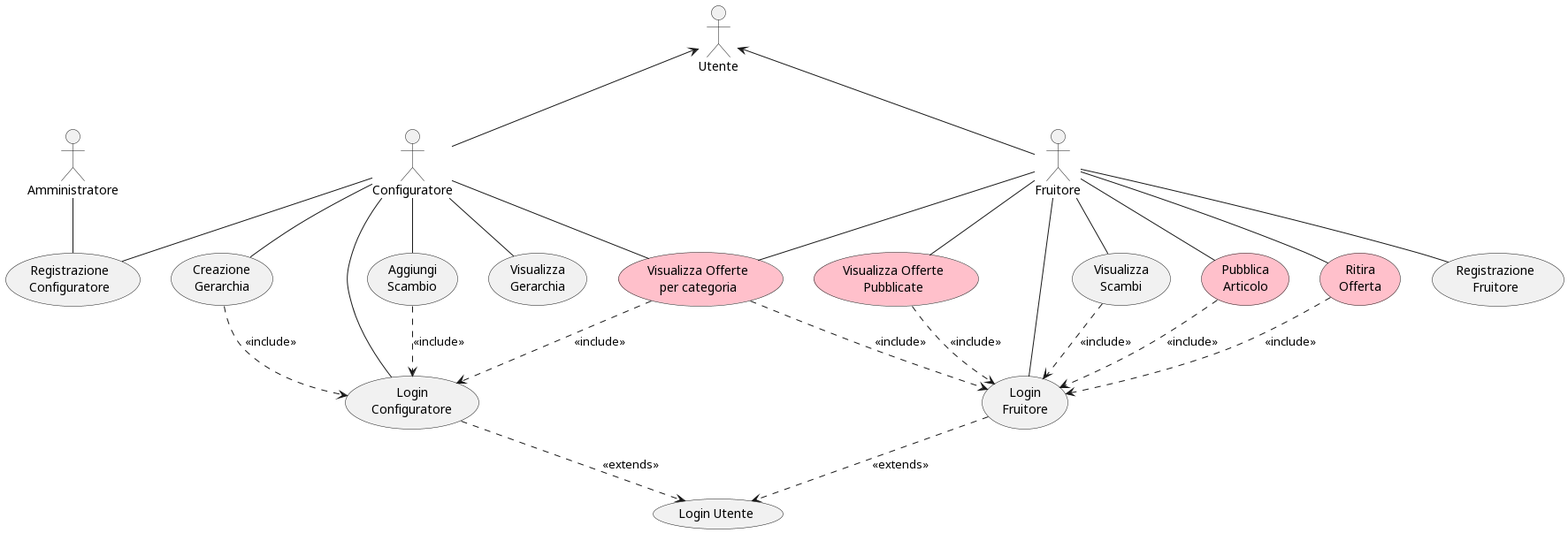
This is out/Documentation/Ver3/usecase/ver1.png from bernagit/IngegneriaSoftware, a PlantUML export, as it was before one commit.
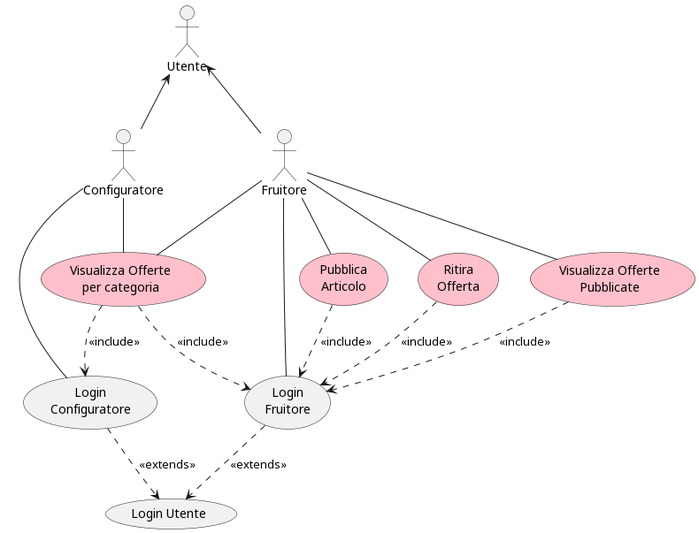
Later version of the same file.

The edit, as a diff of the source:
```diff
@@ -2,36 +2,22 @@
 
 :Configuratore: as conf
 :Utente: as user
-:Amministratore: as admin
 conf -up-> user
 
 conf -- (Login\nConfiguratore)
-conf -- (Visualizza\nGerarchia)
-conf -- (Creazione\nGerarchia)
-conf -- (Registrazione\nConfiguratore)
 
-admin -- (Registrazione\nConfiguratore)
 
-(Creazione\nGerarchia) ..> (Login\nConfiguratore): <<include>>
 (Login\nConfiguratore) ..> (Login Utente): <<extends>>
 
 
 :Fruitore: as fruit
 fruit -up-> user
 
-(Aggiungi\nScambio)
 (Login\nFruitore)
-(Registrazione\nFruitore)
-(Visualizza\nScambi)
 
-conf --(Aggiungi\nScambio)
-fruit -- (Visualizza\nScambi)
-fruit -- (Registrazione\nFruitore)
 fruit -- (Login\nFruitore)
 
 (Login\nFruitore) ..> (Login Utente): <<extends>>
-(Visualizza\nScambi) ..> (Login\nFruitore): <<include>>
-(Aggiungi\nScambio) ..> (Login\nConfiguratore): <<include>>
 
 (Visualizza Offerte\nper categoria) #Pink
 (Pubblica\nArticolo) #Pink
```
